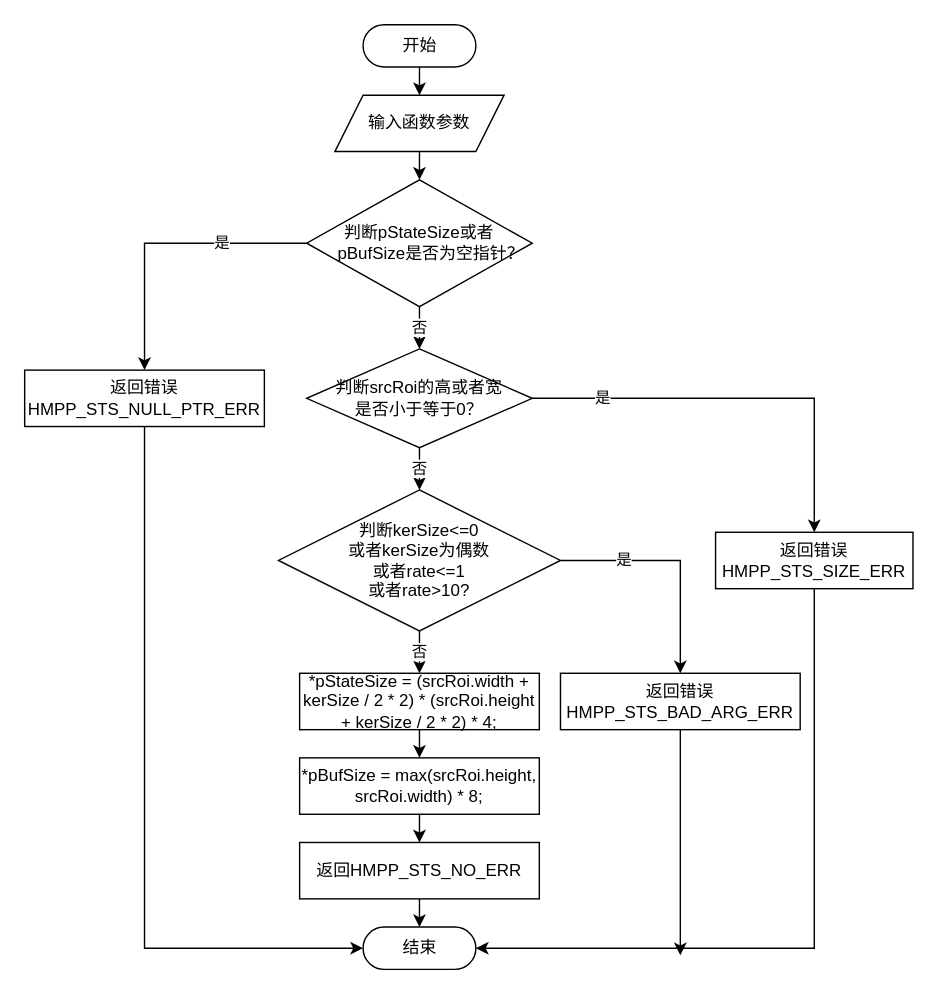
hwm0726/drawioFile keeps this draw.io diagram as PyramidLayerDownGetSize.drawio. Above is the earlier version. Source tidied: cells renumbered, new cells numbered last; positions are measured from the earlier drawing's top-left corner, leaving out a move shared by most shapes. Both pictures are drawn from the tidied source at 141%, with x=0, y=0 at pixel (24, 24).
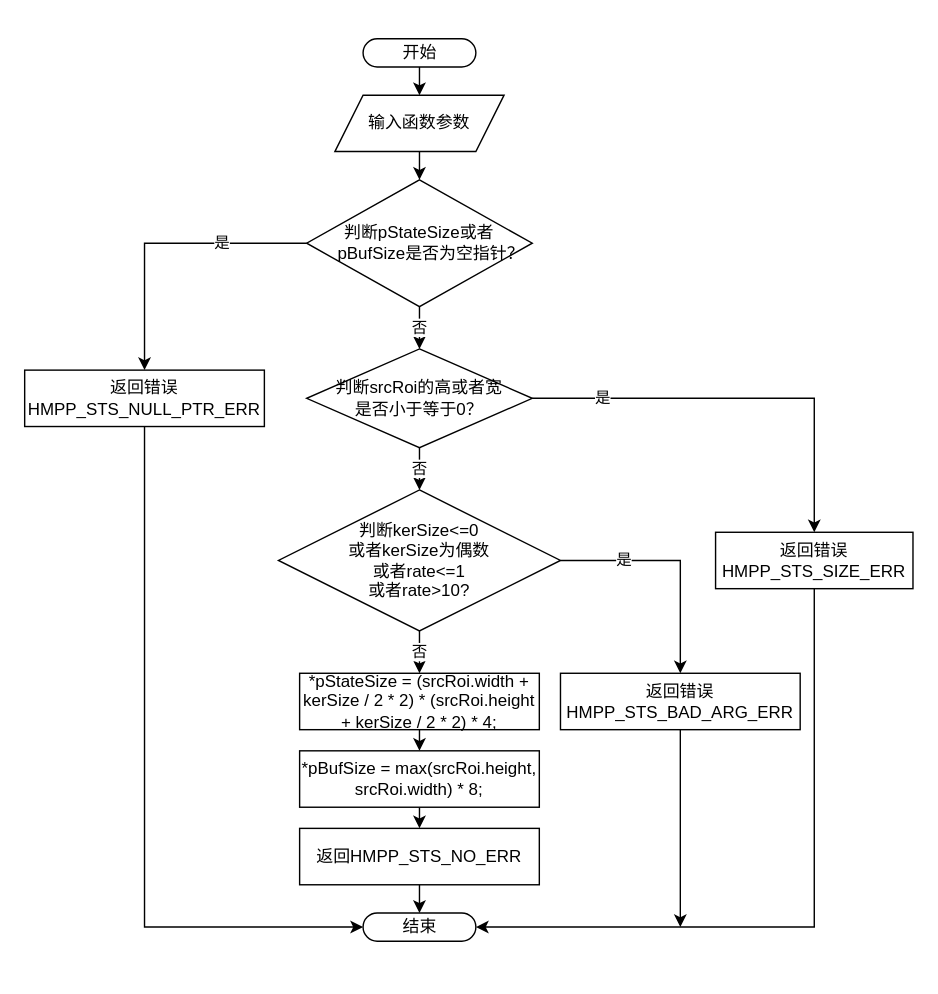
The same page after the edit.

The change refers to these unchanged cells:
```xml
<mxCell id="5" value="输入函数参数" style="shape=parallelogram;perimeter=parallelogramPerimeter;whiteSpace=wrap;html=1;fixedSize=1;" parent="1" vertex="1">
  <mxGeometry x="220" y="50" width="120" height="40" as="geometry" />
</mxCell>
<mxCell id="21" value="返回错误HMPP_STS_BAD_ARG_ERR" style="rounded=0;whiteSpace=wrap;html=1;fillColor=#ffffff;gradientColor=none;" parent="1" vertex="1">
  <mxGeometry x="380" y="460" width="170" height="40" as="geometry" />
</mxCell>
```

Diff of the diagram source:
```diff
@@
-    <mxCell id="2" style="edgeStyle=orthogonalEdgeStyle;rounded=0;jettySize=auto;html=1;exitX=0.5;exitY=0.5;exitDx=0;exitDy=15;exitPerimeter=0;entryX=0.5;entryY=0;entryDx=0;entryDy=0;" parent="1" edge="1" source="3" target="5">
+    <mxCell id="2" style="edgeStyle=orthogonalEdgeStyle;rounded=0;jumpSize=4;jettySize=auto;html=1;exitX=0.5;exitY=0.5;exitDx=0;exitDy=10;exitPerimeter=0;entryX=0.5;entryY=0;entryDx=0;entryDy=0;" parent="1" edge="1" source="3" target="5">
       <mxGeometry relative="1" as="geometry" />
     </mxCell>
     <mxCell id="3" value="开始" style="html=1;dashed=0;whitespace=wrap;shape=mxgraph.dfd.start;" parent="1" vertex="1">
-      <mxGeometry x="240" width="80" height="30" as="geometry" />
+      <mxGeometry x="240" y="10" width="80" height="20" as="geometry" />
     </mxCell>
@@
     <mxCell id="9" value="结束" style="html=1;dashed=0;whitespace=wrap;shape=mxgraph.dfd.start;" parent="1" vertex="1">
-      <mxGeometry x="240" y="640" width="80" height="30" as="geometry" />
+      <mxGeometry x="240" y="630" width="80" height="20" as="geometry" />
     </mxCell>
@@
     <mxCell id="20" style="edgeStyle=orthogonalEdgeStyle;rounded=0;jettySize=auto;html=1;jumpSize=4;" parent="1" edge="1" source="21">
       <mxGeometry relative="1" as="geometry">
-        <mxPoint x="465" y="660" as="targetPoint" />
+        <mxPoint x="465" y="640" as="targetPoint" />
       </mxGeometry>
     </mxCell>
@@
     <mxCell id="25" value="*pBufSize = max(srcRoi.height, srcRoi.width) * 8;" style="rounded=0;whiteSpace=wrap;html=1;fillColor=#ffffff;gradientColor=none;" parent="1" vertex="1">
-      <mxGeometry x="195" y="520" width="170" height="40" as="geometry" />
+      <mxGeometry x="195" y="515" width="170" height="40" as="geometry" />
     </mxCell>
-    <mxCell id="26" style="edgeStyle=orthogonalEdgeStyle;rounded=0;jettySize=auto;html=1;exitX=0.5;exitY=1;exitDx=0;exitDy=0;entryX=0.5;entryY=0.5;entryDx=0;entryDy=-15;entryPerimeter=0;" parent="1" edge="1" source="27" target="9">
+    <mxCell id="26" style="edgeStyle=orthogonalEdgeStyle;rounded=0;jettySize=auto;html=1;exitX=0.5;exitY=1;exitDx=0;exitDy=0;entryX=0.5;entryY=0;entryDx=0;entryDy=0;entryPerimeter=0;" parent="1" edge="1" source="27" target="9">
       <mxGeometry relative="1" as="geometry" />
     </mxCell>
     <mxCell id="27" value="返回HMPP_STS_NO_ERR" style="rounded=0;whiteSpace=wrap;html=1;fillColor=#ffffff;gradientColor=none;" parent="1" vertex="1">
-      <mxGeometry x="195" y="580" width="170" height="40" as="geometry" />
+      <mxGeometry x="195" y="570" width="170" height="40" as="geometry" />
     </mxCell>
```
